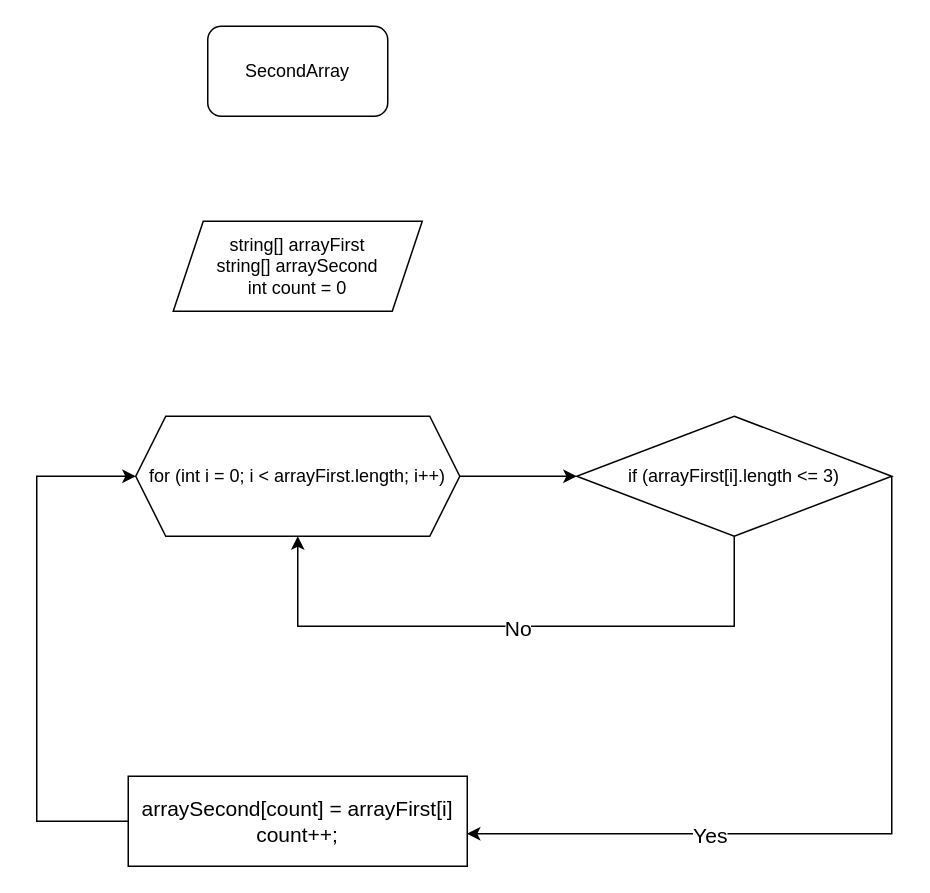
ZmeevYuriy/My_Final_Work keeps this draw.io diagram as Picture/Final_Work.drawio. Above is the earlier version. Source tidied: cells renumbered, new cells numbered last; positions are measured from the earlier drawing's top-left corner, leaving out a move shared by most shapes. Both pictures are drawn from the tidied source at 150%, with x=0, y=0 at pixel (36, 26).
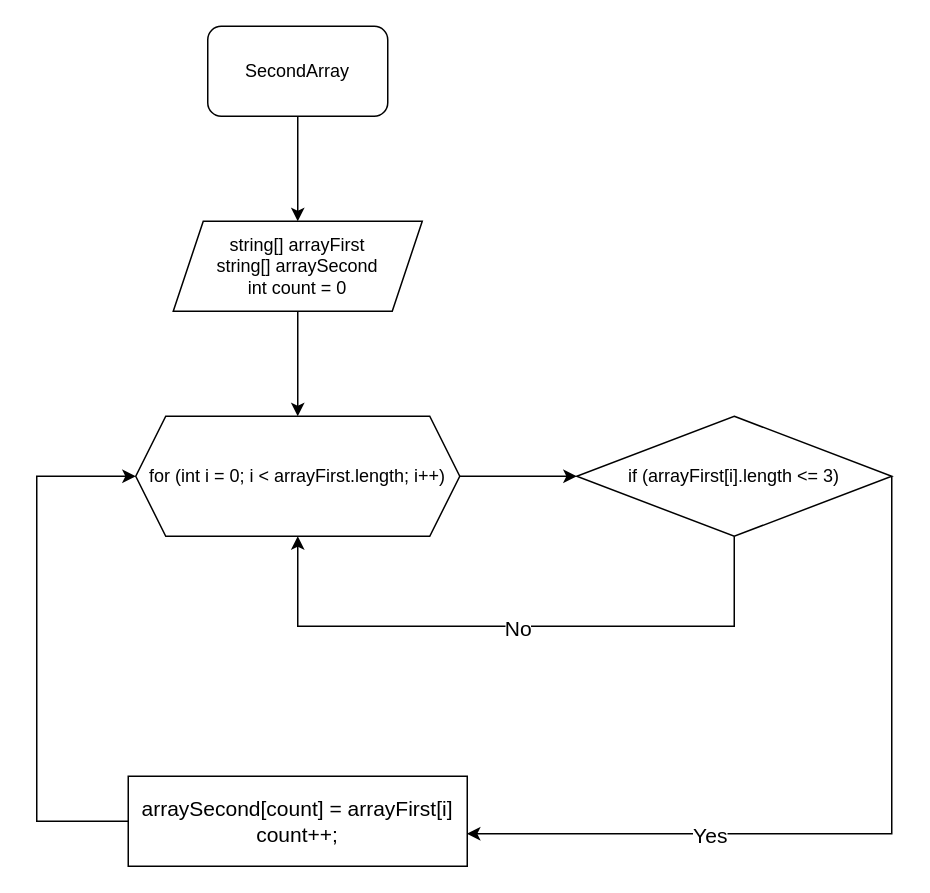
Above is the later version.

Unchanged cells that the change refers to:
```xml
<mxCell id="2" value="SecondArray" style="rounded=1;whiteSpace=wrap;html=1;" parent="1" vertex="1">
  <mxGeometry x="114" width="120" height="60" as="geometry" />
</mxCell>
<mxCell id="3" value="string[] arrayFirst&lt;br&gt;string[] arraySecond&lt;br&gt;int count = 0" style="shape=parallelogram;perimeter=parallelogramPerimeter;whiteSpace=wrap;html=1;fixedSize=1;" parent="1" vertex="1">
  <mxGeometry x="91" y="130" width="166" height="60" as="geometry" />
</mxCell>
<mxCell id="5" value="for (int i = 0; i &amp;lt; arrayFirst.length; i++)" style="shape=hexagon;perimeter=hexagonPerimeter2;whiteSpace=wrap;html=1;fixedSize=1;" parent="1" vertex="1">
  <mxGeometry x="66" y="260" width="216" height="80" as="geometry" />
</mxCell>
```

Change to the diagram source:
```diff
@@
+    <mxCell id="13" style="edgeStyle=none;html=1;entryX=0.5;entryY=0;entryDx=0;entryDy=0;" parent="1" edge="1" source="2" target="3">
+      <mxGeometry relative="1" as="geometry" />
+    </mxCell>
@@
+    <mxCell id="14" style="edgeStyle=none;html=1;entryX=0.5;entryY=0;entryDx=0;entryDy=0;" parent="1" edge="1" source="3" target="5">
+      <mxGeometry relative="1" as="geometry" />
+    </mxCell>
```
